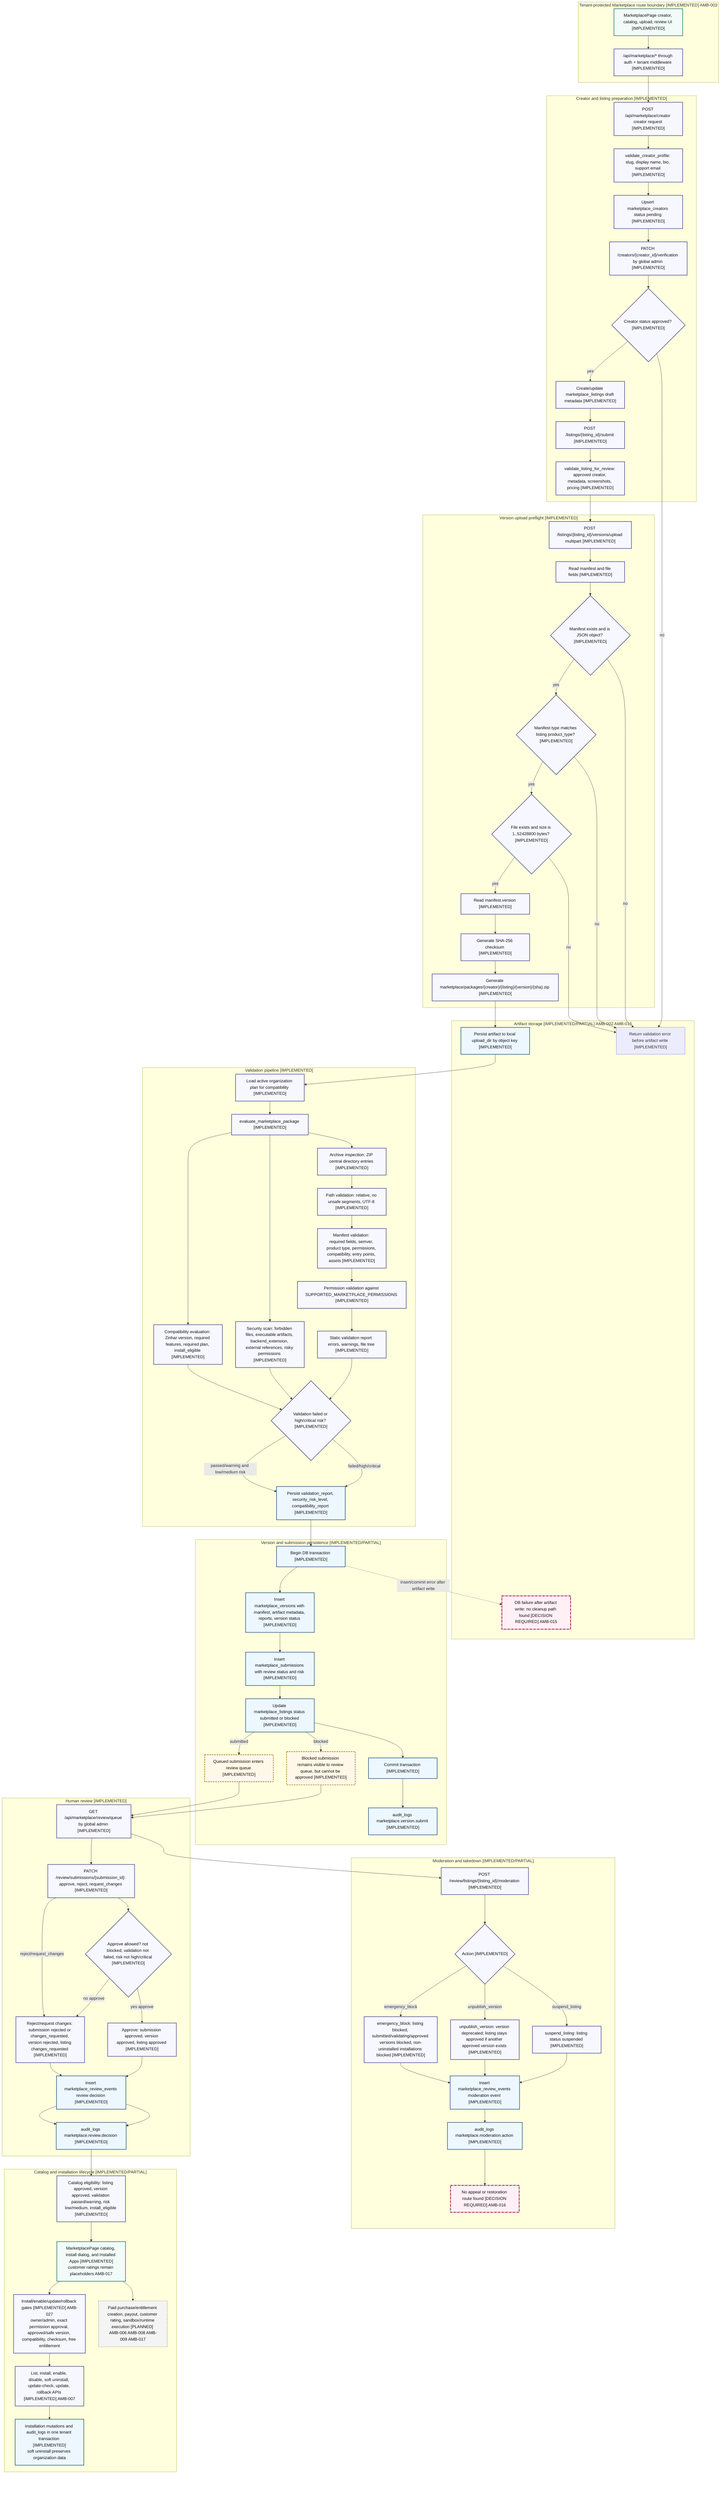
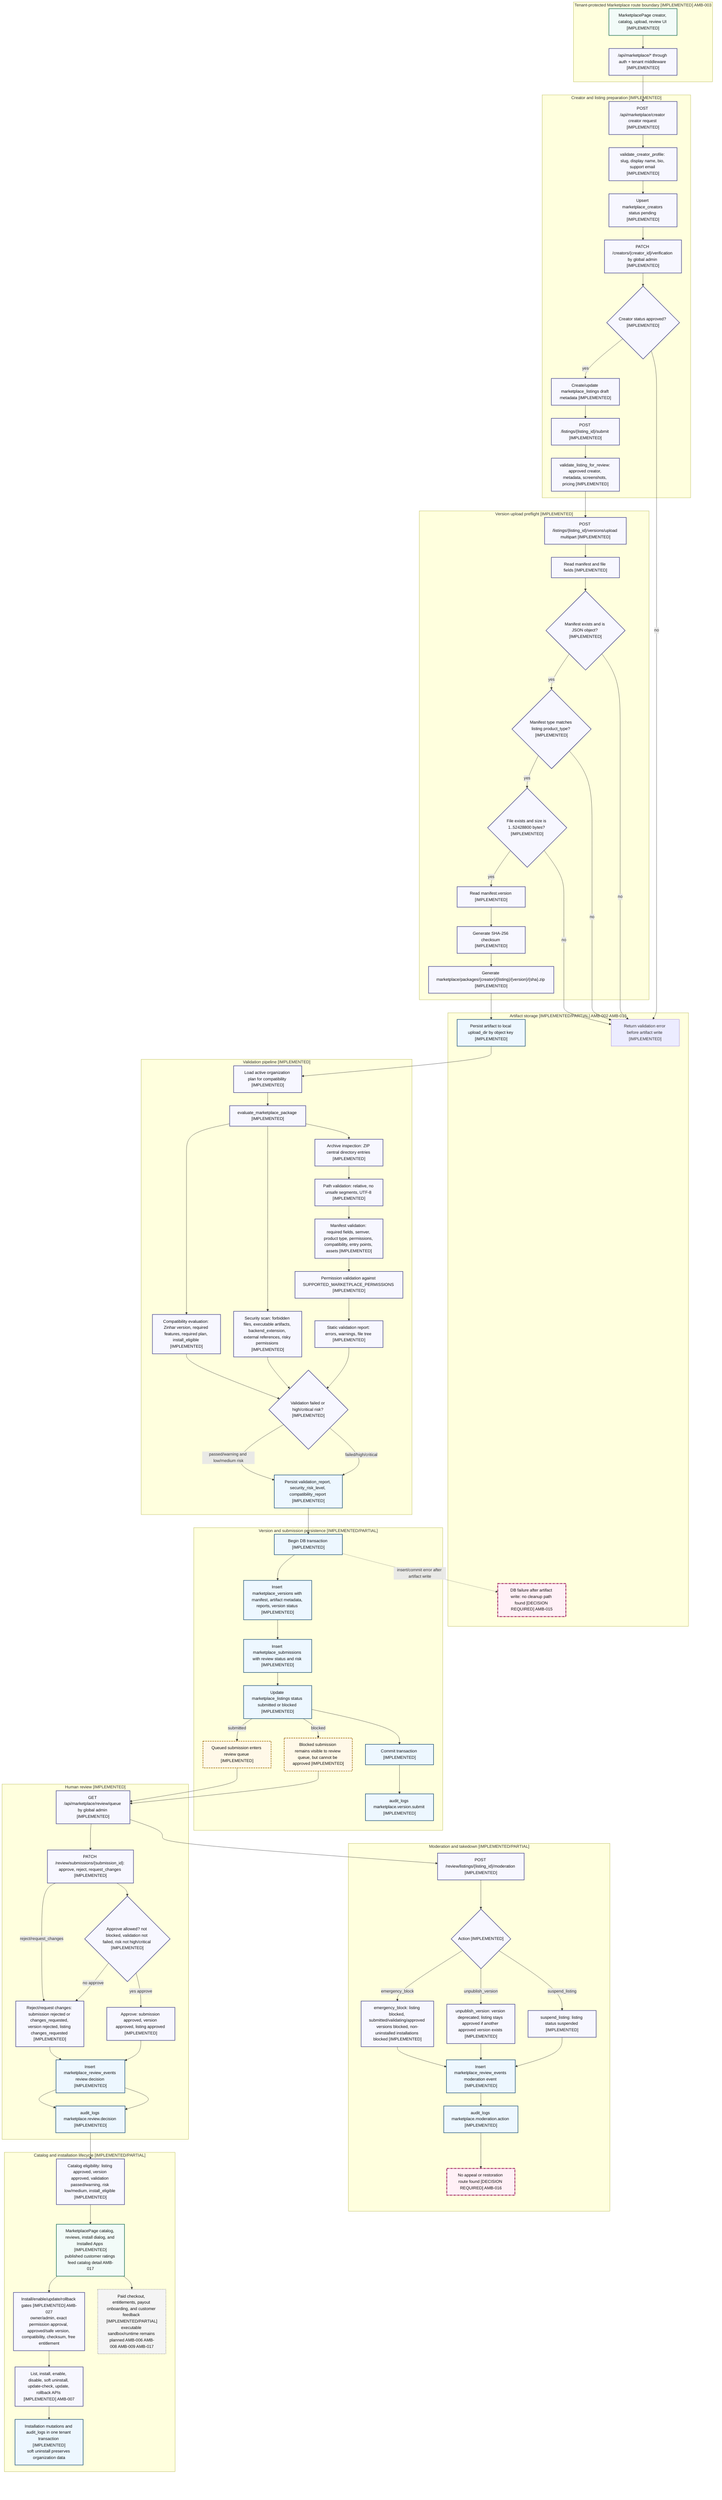
flowchart TD
    %% Evidence: backend/src/routes/mod.rs
    %% Evidence: backend/src/routes/marketplace.rs
    %% Evidence: backend/src/services/marketplace_submission.rs
    %% Evidence: backend/src/services/marketplace_manifest.rs
    %% Evidence: backend/src/services/marketplace_package.rs
    %% Evidence: backend/src/services/marketplace_validation.rs
    %% Evidence: backend/src/services/marketplace_review.rs
    %% Evidence: backend/src/services/marketplace_installation.rs
    %% Evidence: backend/migrations/0015_v3_phase_one_marketplace_foundation.sql
    %% Evidence: backend/migrations/0016_v3_phase_two_creator_submission.sql
    %% Evidence: backend/migrations/0017_v3_phase_three_validation_pipeline.sql
    %% Evidence: backend/migrations/0018_v3_phase_four_review_moderation.sql
    %% Evidence: backend/migrations/0019_v3_phase_six_installation_lifecycle.sql
    %% Evidence: frontend/src/pages/MarketplacePage.tsx
    %% Evidence: frontend/src/services/api.ts
    %% Evidence: docs/V3_PHASE_TWO.md
    %% Evidence: docs/V3_PHASE_THREE.md
    %% Evidence: docs/V3_PHASE_FOUR.md
    %% Evidence: docs/V3_PHASE_FIVE.md
    %% Evidence: docs/V3_MARKETPLACE_GAP_LIST.md

    subgraph route_boundary["Tenant-protected Marketplace route boundary [IMPLEMENTED] AMB-003"]
        api_router["/api/marketplace/* through auth + tenant middleware [IMPLEMENTED]"]
        frontend_ui["MarketplacePage creator, catalog, upload, review UI [IMPLEMENTED]"]
    end

    subgraph creator_submission["Creator and listing preparation [IMPLEMENTED]"]
        creator_request["POST /api/marketplace/creator creator request [IMPLEMENTED]"]
        creator_validate["validate_creator_profile: slug, display name, bio, support email [IMPLEMENTED]"]
        creator_pending["Upsert marketplace_creators status pending [IMPLEMENTED]"]
        creator_verify["PATCH /creators/{creator_id}/verification by global admin [IMPLEMENTED]"]
        creator_approved{"Creator status approved? [IMPLEMENTED]"}
        listing_create["Create/update marketplace_listings draft metadata [IMPLEMENTED]"]
        listing_submit["POST /listings/{listing_id}/submit [IMPLEMENTED]"]
        listing_review_check["validate_listing_for_review: approved creator, metadata, screenshots, pricing [IMPLEMENTED]"]
    end

    subgraph upload_preflight["Version upload preflight [IMPLEMENTED]"]
        upload_start["POST /listings/{listing_id}/versions/upload multipart [IMPLEMENTED]"]
        multipart_parse["Read manifest and file fields [IMPLEMENTED]"]
        manifest_json_check{"Manifest exists and is JSON object? [IMPLEMENTED]"}
        product_type_check{"Manifest type matches listing product_type? [IMPLEMENTED]"}
        file_check{"File exists and size is 1..52428800 bytes? [IMPLEMENTED]"}
        version_extract["Read manifest.version [IMPLEMENTED]"]
        checksum["Generate SHA-256 checksum [IMPLEMENTED]"]
        object_key["Generate marketplace/packages/{creator}/{listing}/{version}/{sha}.zip [IMPLEMENTED]"]
    end

    subgraph artifact_storage["Artifact storage [IMPLEMENTED/PARTIAL] AMB-002 AMB-015"]
        persist_artifact["Persist artifact to local upload_dir by object key [IMPLEMENTED]"]
        no_artifact_error["Return validation error before artifact write [IMPLEMENTED]"]
        artifact_orphan["DB failure after artifact write: no cleanup path found [DECISION REQUIRED] AMB-015"]
    end

    subgraph validation_pipeline["Validation pipeline [IMPLEMENTED]"]
        load_plan["Load active organization plan for compatibility [IMPLEMENTED]"]
        evaluate["evaluate_marketplace_package [IMPLEMENTED]"]
        archive_inspection["Archive inspection: ZIP central directory entries [IMPLEMENTED]"]
        path_validation["Path validation: relative, no unsafe segments, UTF-8 [IMPLEMENTED]"]
        manifest_validation["Manifest validation: required fields, semver, product type, permissions, compatibility, entry points, assets [IMPLEMENTED]"]
        permission_validation["Permission validation against SUPPORTED_MARKETPLACE_PERMISSIONS [IMPLEMENTED]"]
        static_report["Static validation report: errors, warnings, file tree [IMPLEMENTED]"]
        security_scan["Security scan: forbidden files, executable artifacts, backend_extension, external references, risky permissions [IMPLEMENTED]"]
        compatibility_eval["Compatibility evaluation: Zinhar version, required features, required plan, install_eligible [IMPLEMENTED]"]
        report_result{"Validation failed or high/critical risk? [IMPLEMENTED]"}
        report_persistence["Persist validation_report, security_risk_level, compatibility_report [IMPLEMENTED]"]
    end

    subgraph persistence["Version and submission persistence [IMPLEMENTED/PARTIAL]"]
        tx_start["Begin DB transaction [IMPLEMENTED]"]
        insert_version["Insert marketplace_versions with manifest, artifact metadata, reports, version status [IMPLEMENTED]"]
        insert_submission["Insert marketplace_submissions with review status and risk [IMPLEMENTED]"]
        update_listing_status["Update marketplace_listings status submitted or blocked [IMPLEMENTED]"]
        tx_commit["Commit transaction [IMPLEMENTED]"]
        audit_submit["audit_logs marketplace.version.submit [IMPLEMENTED]"]
        blocked_review["Blocked submission remains visible to review queue, but cannot be approved [IMPLEMENTED]"]
        queued_review["Queued submission enters review queue [IMPLEMENTED]"]
    end

    subgraph human_review["Human review [IMPLEMENTED]"]
        review_queue["GET /api/marketplace/review/queue by global admin [IMPLEMENTED]"]
        decision["PATCH /review/submissions/{submission_id}: approve, reject, request_changes [IMPLEMENTED]"]
        approve_guard{"Approve allowed? not blocked, validation not failed, risk not high/critical [IMPLEMENTED]"}
        approve_updates["Approve: submission approved, version approved, listing approved [IMPLEMENTED]"]
        reject_updates["Reject/request changes: submission rejected or changes_requested, version rejected, listing changes_requested [IMPLEMENTED]"]
        review_event["Insert marketplace_review_events review decision [IMPLEMENTED]"]
        audit_review["audit_logs marketplace.review.decision [IMPLEMENTED]"]
    end

    subgraph moderation["Moderation and takedown [IMPLEMENTED/PARTIAL]"]
        moderation_action["POST /review/listings/{listing_id}/moderation [IMPLEMENTED]"]
        action_kind{"Action [IMPLEMENTED]"}
        suspend_listing["suspend_listing: listing status suspended [IMPLEMENTED]"]
        unpublish_version["unpublish_version: version deprecated; listing stays approved if another approved version exists [IMPLEMENTED]"]
        emergency_block["emergency_block: listing blocked, submitted/validating/approved versions blocked, non-uninstalled installations blocked [IMPLEMENTED]"]
        moderation_event["Insert marketplace_review_events moderation event [IMPLEMENTED]"]
        audit_moderation["audit_logs marketplace.moderation.action [IMPLEMENTED]"]
        no_restore["No appeal or restoration route found [DECISION REQUIRED] AMB-016"]
    end

    subgraph catalog_and_installation["Catalog and installation lifecycle [IMPLEMENTED/PARTIAL]"]
        catalog_filter["Catalog eligibility: listing approved, version approved, validation passed/warning, risk low/medium, install_eligible [IMPLEMENTED]"]
-         catalog_ui["MarketplacePage catalog, install dialog, and Installed Apps [IMPLEMENTED]<br/>customer ratings remain placeholders AMB-017"]
+         catalog_ui["MarketplacePage catalog, reviews, install dialog, and Installed Apps [IMPLEMENTED]<br/>published customer ratings feed catalog detail AMB-017"]
        install_gates["Install/enable/update/rollback gates [IMPLEMENTED] AMB-027<br/>owner/admin, exact permission approval, approved/safe version, compatibility, checksum, free entitlement"]
        install_runtime["List, install, enable, disable, soft uninstall, update-check, update, rollback APIs [IMPLEMENTED] AMB-007"]
        install_audit["Installation mutations and audit_logs in one tenant transaction [IMPLEMENTED]<br/>soft uninstall preserves organization data"]
-         purchase_runtime["Paid purchase/entitlement creation, payout, customer rating, sandbox/runtime execution [PLANNED] AMB-006 AMB-008 AMB-009 AMB-017"]
+         purchase_runtime["Paid checkout, entitlements, payout onboarding, and customer feedback [IMPLEMENTED/PARTIAL]<br/>executable sandbox/runtime remains planned AMB-006 AMB-008 AMB-009 AMB-017"]
    end

    frontend_ui --> api_router
    api_router --> creator_request
    creator_request --> creator_validate --> creator_pending --> creator_verify --> creator_approved
    creator_approved -- "yes" --> listing_create --> listing_submit --> listing_review_check --> upload_start
    creator_approved -- "no" --> no_artifact_error
    upload_start --> multipart_parse --> manifest_json_check
    manifest_json_check -- "no" --> no_artifact_error
    manifest_json_check -- "yes" --> product_type_check
    product_type_check -- "no" --> no_artifact_error
    product_type_check -- "yes" --> file_check
    file_check -- "no" --> no_artifact_error
    file_check -- "yes" --> version_extract --> checksum --> object_key --> persist_artifact
    persist_artifact --> load_plan --> evaluate
    evaluate --> archive_inspection --> path_validation --> manifest_validation --> permission_validation --> static_report
    evaluate --> security_scan
    evaluate --> compatibility_eval
    static_report --> report_result
    security_scan --> report_result
    compatibility_eval --> report_result
    report_result -- "failed/high/critical" --> report_persistence --> tx_start
    report_result -- "passed/warning and low/medium risk" --> report_persistence
    tx_start --> insert_version --> insert_submission --> update_listing_status --> tx_commit --> audit_submit
    tx_start -. "insert/commit error after artifact write" .-> artifact_orphan
    update_listing_status -- "blocked" --> blocked_review --> review_queue
    update_listing_status -- "submitted" --> queued_review --> review_queue
    review_queue --> decision --> approve_guard
    approve_guard -- "yes approve" --> approve_updates --> review_event --> audit_review --> catalog_filter
    approve_guard -- "no approve" --> reject_updates --> review_event
    decision -- "reject/request_changes" --> reject_updates
    review_event --> audit_review
    review_queue --> moderation_action --> action_kind
    action_kind -- "suspend_listing" --> suspend_listing --> moderation_event
    action_kind -- "unpublish_version" --> unpublish_version --> moderation_event
    action_kind -- "emergency_block" --> emergency_block --> moderation_event
    moderation_event --> audit_moderation --> no_restore
    catalog_filter --> catalog_ui --> install_gates --> install_runtime --> install_audit
    catalog_ui --> purchase_runtime

    classDef implemented fill:#e8f5ee,stroke:#17745b,stroke-width:2px,color:#111;
    classDef partial fill:#fff8e8,stroke:#9a6500,stroke-width:2px,stroke-dasharray: 6 3,color:#111;
    classDef planned fill:#f4f4f4,stroke:#666,stroke-width:2px,stroke-dasharray: 2 4,color:#111;
    classDef decision fill:#fff0f6,stroke:#9b1b5a,stroke-width:3px,stroke-dasharray: 8 2 2 2,color:#111;
    classDef frontend fill:#f2fbf8,stroke:#24735a,stroke-width:2px,color:#111;
    classDef backend fill:#f7f7ff,stroke:#4b4b8f,stroke-width:2px,color:#111;
    classDef data fill:#edf7ff,stroke:#24577a,stroke-width:2px,color:#111;

    class frontend_ui,catalog_ui frontend;
    class api_router,creator_request,creator_validate,creator_pending,creator_verify,creator_approved,listing_create,listing_submit,listing_review_check,upload_start,multipart_parse,manifest_json_check,product_type_check,file_check,version_extract,checksum,object_key,load_plan,evaluate,archive_inspection,path_validation,manifest_validation,permission_validation,static_report,security_scan,compatibility_eval,report_result,review_queue,decision,approve_guard,approve_updates,reject_updates,moderation_action,action_kind,suspend_listing,unpublish_version,emergency_block,catalog_filter,install_gates,install_runtime backend;
    class persist_artifact,report_persistence,tx_start,insert_version,insert_submission,update_listing_status,tx_commit,audit_submit,review_event,audit_review,moderation_event,audit_moderation,install_audit data;
    class artifact_orphan,no_restore decision;
    class purchase_runtime planned;
    class blocked_review,queued_review partial;
